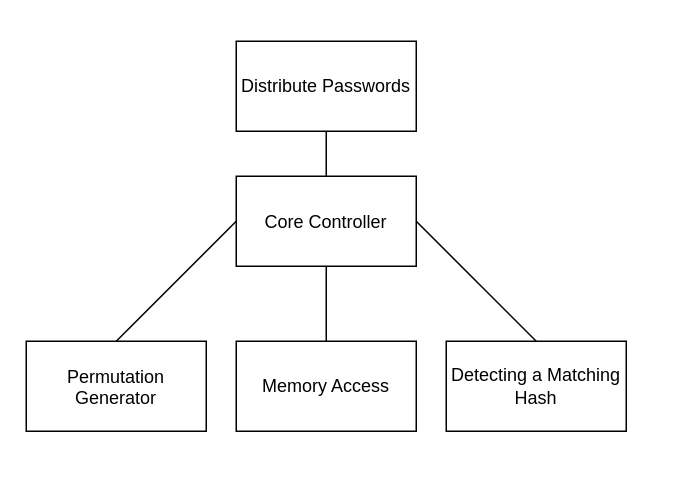
Earlier version of the draw.io diagram figures/theoretical_system/core_controller_resp.drawio (Niclasapdk/ESD3_project). Source tidied: cells renumbered, new cells numbered last; positions are measured from the earlier drawing's top-left corner, leaving out a move shared by most shapes. Both pictures are drawn from the tidied source at 150%, with x=0, y=0 at pixel (26, 40).
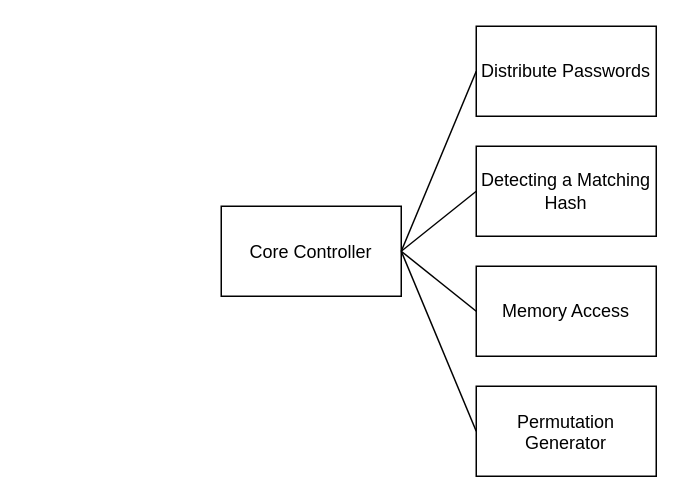
The same page after the edit.

Change to the diagram source:
```diff
@@
 <mxGraphModel>
   <root>
     <mxCell id="0" />
     <mxCell id="1" parent="0" />
     <mxCell id="2" value="Core Controller" style="rounded=0;" parent="1" vertex="1">
-      <mxGeometry x="140" y="90" width="120" height="60" as="geometry" />
+      <mxGeometry x="130" y="110" width="120" height="60" as="geometry" />
     </mxCell>
     <mxCell id="3" value="Permutation&#10;Generator" style="rounded=0;" parent="1" vertex="1">
-      <mxGeometry y="200" width="120" height="60" as="geometry" />
+      <mxGeometry x="300" y="230" width="120" height="60" as="geometry" />
     </mxCell>
     <mxCell id="4" value="Memory Access" style="rounded=0;whiteSpace=wrap;html=1;" parent="1" vertex="1">
-      <mxGeometry x="140" y="200" width="120" height="60" as="geometry" />
+      <mxGeometry x="300" y="150" width="120" height="60" as="geometry" />
     </mxCell>
     <mxCell id="5" value="Detecting a Matching Hash" style="rounded=0;whiteSpace=wrap;html=1;" parent="1" vertex="1">
-      <mxGeometry x="280" y="200" width="120" height="60" as="geometry" />
+      <mxGeometry x="300" y="70" width="120" height="60" as="geometry" />
     </mxCell>
+    <mxCell id="9" value="Distribute Passwords" style="rounded=0;whiteSpace=wrap;html=1;" parent="1" vertex="1">
+      <mxGeometry x="300" y="-10" width="120" height="60" as="geometry" />
+    </mxCell>
-    <mxCell id="6" style="endArrow=none;html=1;rounded=0;exitX=0;exitY=0.5;exitDx=0;exitDy=0;entryX=0.5;entryY=0;entryDx=0;entryDy=0;" parent="1" edge="1" source="2" target="3">
+    <mxCell id="6" style="endArrow=none;html=1;rounded=0;exitX=1;exitY=0.5;exitDx=0;exitDy=0;entryX=0;entryY=0.5;entryDx=0;entryDy=0;" parent="1" edge="1" source="2" target="3">
       <mxGeometry relative="1" as="geometry" />
     </mxCell>
-    <mxCell id="7" style="endArrow=none;html=1;rounded=0;entryX=0.5;entryY=1;entryDx=0;entryDy=0;exitX=0.5;exitY=0;exitDx=0;exitDy=0;" parent="1" edge="1" source="4" target="2">
-      <mxGeometry relative="1" as="geometry" />
-    </mxCell>
-    <mxCell id="8" style="endArrow=none;html=1;rounded=0;entryX=1;entryY=0.5;entryDx=0;entryDy=0;exitX=0.5;exitY=0;exitDx=0;exitDy=0;" parent="1" edge="1" source="5" target="2">
-      <mxGeometry relative="1" as="geometry" />
-    </mxCell>
-    <mxCell id="9" value="Distribute Passwords" style="rounded=0;whiteSpace=wrap;html=1;" parent="1" vertex="1">
-      <mxGeometry x="140" width="120" height="60" as="geometry" />
-    </mxCell>
-    <mxCell id="10" style="endArrow=none;html=1;rounded=0;exitX=0.5;exitY=1;exitDx=0;exitDy=0;entryX=0.5;entryY=0;entryDx=0;entryDy=0;" parent="1" edge="1" source="9" target="2">
-      <mxGeometry relative="1" as="geometry" />
-    </mxCell>
+    <mxCell id="11" style="endArrow=none;html=1;rounded=0;exitX=1;exitY=0.5;exitDx=0;exitDy=0;entryX=0;entryY=0.5;entryDx=0;entryDy=0;" parent="1" edge="1" source="2" target="4">
+      <mxGeometry relative="1" as="geometry" />
+    </mxCell>
+    <mxCell id="12" style="endArrow=none;html=1;rounded=0;exitX=1;exitY=0.5;exitDx=0;exitDy=0;entryX=0;entryY=0.5;entryDx=0;entryDy=0;" parent="1" edge="1" source="2" target="5">
+      <mxGeometry relative="1" as="geometry" />
+    </mxCell>
+    <mxCell id="13" style="endArrow=none;html=1;rounded=0;exitX=1;exitY=0.5;exitDx=0;exitDy=0;entryX=0;entryY=0.5;entryDx=0;entryDy=0;" parent="1" edge="1" source="2" target="9">
+      <mxGeometry relative="1" as="geometry" />
+    </mxCell>
   </root>
 </mxGraphModel>
```
